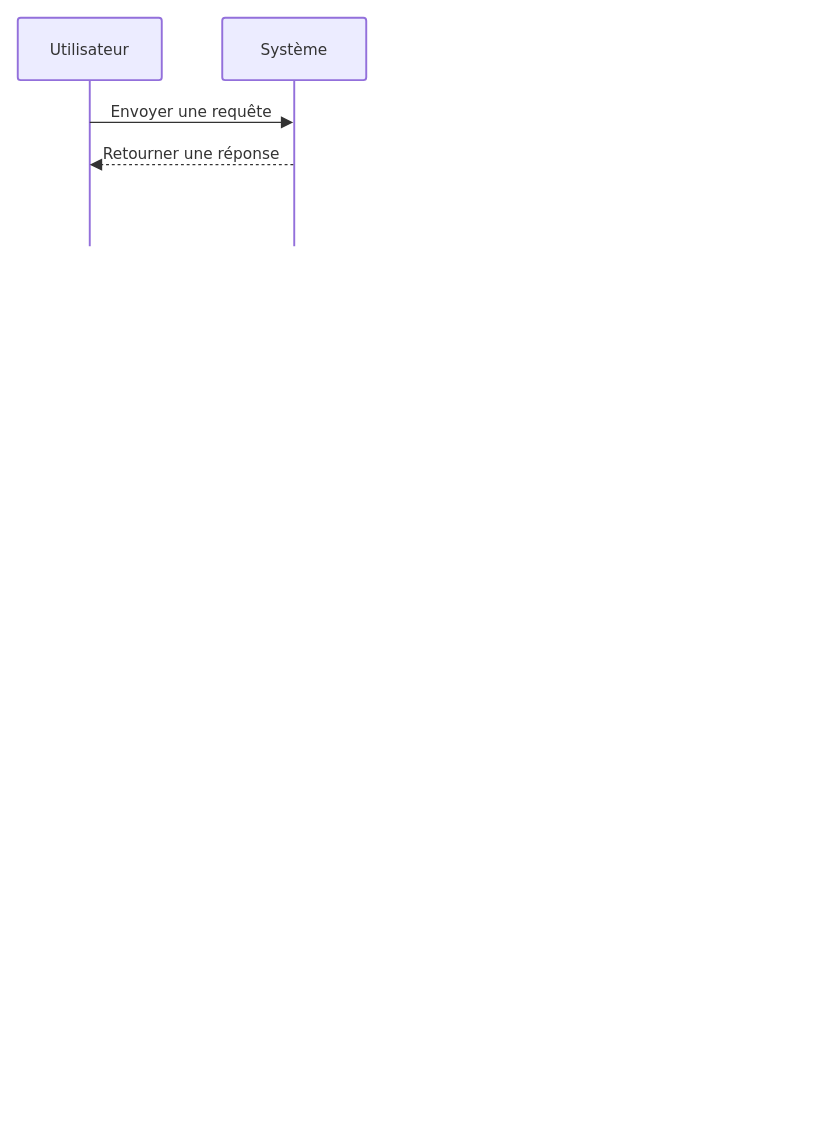
Before: pointage s2.drawio in mediounieya/RH_site, a draw.io diagram. Source tidied: cells renumbered, new cells numbered last; positions are measured from the earlier drawing's top-left corner, leaving out a move shared by most shapes. Both pictures are drawn from the tidied source at 96%, with x=0, y=0 at pixel (17, 17).
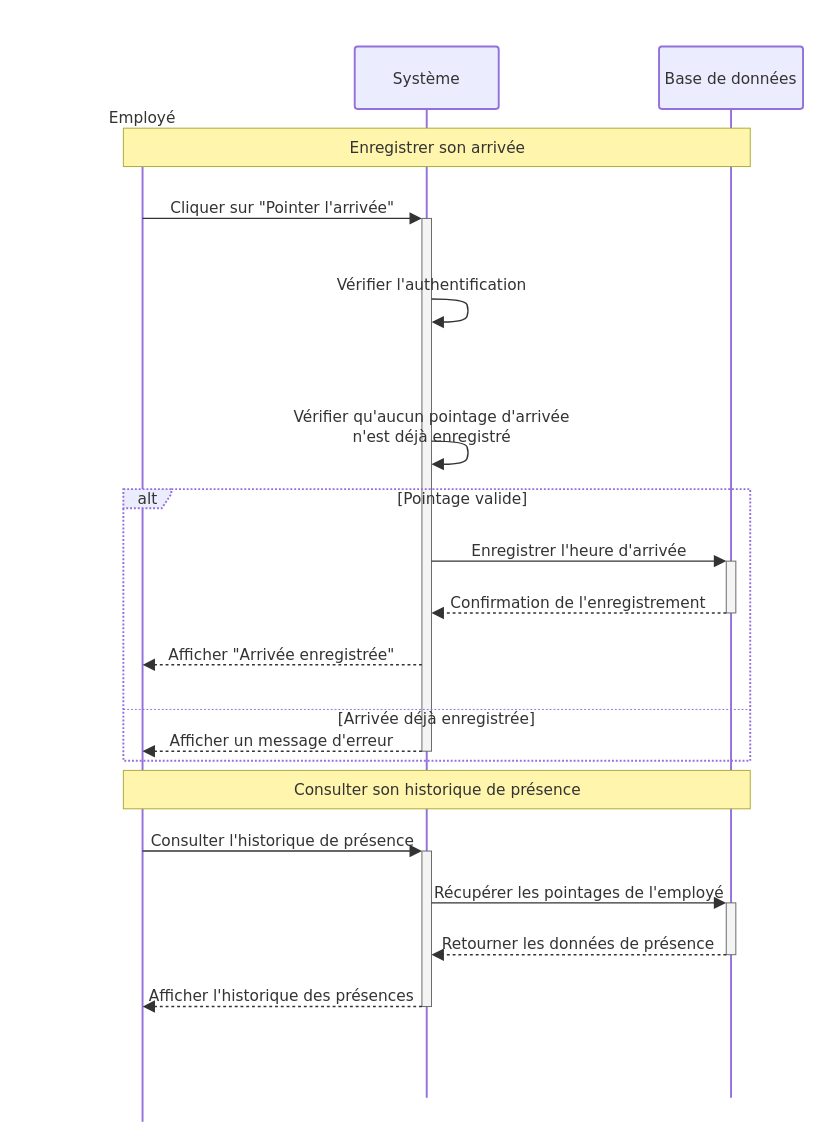
The same diagram, later.

Commit message:
Mettre à jour pointage s2.drawio

The change refers to these unchanged cells:
```xml
<mxCell id="2" style="group;transparentBounds=1;editIcon=1;lockedGroup=0;groupPadding=10;" parent="1" vertex="1">
  <mxGeometry as="geometry" />
</mxCell>
```

Change to the diagram source:
```diff
@@
-    <mxCell id="3" value="Utilisateur" style="html=1;shape=umlLifeline;perimeter=lifelinePerimeter;whiteSpace=wrap;outlineConnect=0;portConstraint=eastwest;newEdgeStyle={&quot;edgeStyle&quot;:&quot;elbowEdgeStyle&quot;,&quot;elbow&quot;:&quot;vertical&quot;,&quot;curved&quot;:0,&quot;rounded&quot;:0};lifelineDashed=0;strokeWidth=2;rounded=1;absoluteArcSize=1;arcSize=6;lifelineColor=light-dark(#9370DB,#cccccc);size=65;lifelineMirror=1;fillColor=light-dark(#ECECFF,#1f2020);strokeColor=light-dark(#9370DB,#cccccc);fontColor=light-dark(#333333,#cccccc);fontFamily=Trebuchet MS,Verdana,Arial,sans-serif;fontSize=16;" parent="2" vertex="1">
-      <mxGeometry width="150" height="238" as="geometry" />
-    </mxCell>
+    <mxCell id="7" value="Employé" style="html=1;shape=umlLifeline;perimeter=lifelinePerimeter;whiteSpace=wrap;outlineConnect=0;portConstraint=eastwest;newEdgeStyle={&quot;edgeStyle&quot;:&quot;elbowEdgeStyle&quot;,&quot;elbow&quot;:&quot;vertical&quot;,&quot;curved&quot;:0,&quot;rounded&quot;:0};lifelineDashed=0;strokeWidth=2;rounded=1;absoluteArcSize=1;arcSize=6;lifelineColor=light-dark(#9370DB,#cccccc);participant=seqActorStick;verticalAlign=bottom;align=center;spacingBottom=4;size=90;lifelineMirror=1;fillColor=light-dark(#ECECFF,#1f2020);strokeColor=light-dark(#9370DB,#cccccc);fontColor=light-dark(#333333,#cccccc);fontFamily=Trebuchet MS,Verdana,Arial,sans-serif;fontSize=16;" parent="2" vertex="1">
+      <mxGeometry x="55" y="30" width="150" height="1120" as="geometry" />
+    </mxCell>
     <mxCell id="4" value="Système" style="html=1;shape=umlLifeline;perimeter=lifelinePerimeter;whiteSpace=wrap;outlineConnect=0;portConstraint=eastwest;newEdgeStyle={&quot;edgeStyle&quot;:&quot;elbowEdgeStyle&quot;,&quot;elbow&quot;:&quot;vertical&quot;,&quot;curved&quot;:0,&quot;rounded&quot;:0};lifelineDashed=0;strokeWidth=2;rounded=1;absoluteArcSize=1;arcSize=6;lifelineColor=light-dark(#9370DB,#cccccc);size=65;lifelineMirror=1;fillColor=light-dark(#ECECFF,#1f2020);strokeColor=light-dark(#9370DB,#cccccc);fontColor=light-dark(#333333,#cccccc);fontFamily=Trebuchet MS,Verdana,Arial,sans-serif;fontSize=16;" parent="2" vertex="1">
-      <mxGeometry x="213" width="150" height="238" as="geometry" />
+      <mxGeometry x="351" y="30" width="150" height="1095" as="geometry" />
     </mxCell>
-    <mxCell id="5" value="Envoyer une requête" style="endArrow=block;endSize=9;verticalAlign=bottom;edgeStyle=elbowEdgeStyle;elbow=vertical;curved=0;rounded=0;fontSize=16;labelBackgroundColor=none;strokeWidth=1.5;strokeColor=light-dark(#333333,#cccccc);fontColor=light-dark(#333333,#cccccc);fontFamily=Trebuchet MS,Verdana,Arial,sans-serif;" parent="2" edge="1" source="3" target="4">
-      <mxGeometry relative="1" as="geometry">
-        <Array as="points">
-          <mxPoint x="182" y="109" />
-        </Array>
-      </mxGeometry>
-    </mxCell>
-    <mxCell id="6" value="Retourner une réponse" style="dashed=1;fixDash=1;dashPattern=3 3;endArrow=block;endSize=9;verticalAlign=bottom;edgeStyle=elbowEdgeStyle;elbow=vertical;curved=0;rounded=0;fontSize=16;labelBackgroundColor=none;strokeWidth=1.5;strokeColor=light-dark(#333333,#cccccc);fontColor=light-dark(#333333,#cccccc);fontFamily=Trebuchet MS,Verdana,Arial,sans-serif;" parent="2" edge="1" source="4" target="3">
-      <mxGeometry relative="1" as="geometry">
-        <Array as="points">
-          <mxPoint x="182" y="153" />
-        </Array>
-      </mxGeometry>
-    </mxCell>
+    <mxCell id="8" style="html=1;points=[];perimeter=orthogonalPerimeter;outlineConnect=0;targetShapes=umlLifeline;portConstraint=eastwest;newEdgeStyle={&quot;edgeStyle&quot;:&quot;elbowEdgeStyle&quot;,&quot;elbow&quot;:&quot;vertical&quot;,&quot;curved&quot;:0,&quot;rounded&quot;:0};fillColor=light-dark(#f4f4f4,#2a2a2a);strokeColor=light-dark(#666666,#cccccc);fontColor=light-dark(#333333,#cccccc);fontFamily=Trebuchet MS,Verdana,Arial,sans-serif;fontSize=16;" parent="4" vertex="1">
+      <mxGeometry x="70" y="179" width="10" height="555" as="geometry" />
+    </mxCell>
+    <mxCell id="9" style="html=1;points=[];perimeter=orthogonalPerimeter;outlineConnect=0;targetShapes=umlLifeline;portConstraint=eastwest;newEdgeStyle={&quot;edgeStyle&quot;:&quot;elbowEdgeStyle&quot;,&quot;elbow&quot;:&quot;vertical&quot;,&quot;curved&quot;:0,&quot;rounded&quot;:0};fillColor=light-dark(#f4f4f4,#2a2a2a);strokeColor=light-dark(#666666,#cccccc);fontColor=light-dark(#333333,#cccccc);fontFamily=Trebuchet MS,Verdana,Arial,sans-serif;fontSize=16;" parent="4" vertex="1">
+      <mxGeometry x="70" y="838" width="10" height="162" as="geometry" />
+    </mxCell>
+    <mxCell id="10" style="edgeStyle=none;curved=1;endArrow=block;endSize=9;verticalAlign=bottom;align=center;fontSize=16;labelBackgroundColor=none;strokeWidth=1.5;strokeColor=light-dark(#333333,#cccccc);fontColor=light-dark(#333333,#cccccc);fontFamily=Trebuchet MS,Verdana,Arial,sans-serif;rounded=0;" parent="4" edge="1" source="8" target="8">
+      <mxGeometry relative="1" as="geometry">
+        <Array as="points">
+          <mxPoint x="115" y="263" />
+          <mxPoint x="119" y="275" />
+          <mxPoint x="115" y="287" />
+        </Array>
+      </mxGeometry>
+    </mxCell>
+    <mxCell id="11" style="edgeStyle=none;curved=1;endArrow=block;endSize=9;verticalAlign=bottom;align=center;fontSize=16;labelBackgroundColor=none;strokeWidth=1.5;strokeColor=light-dark(#333333,#cccccc);fontColor=light-dark(#333333,#cccccc);fontFamily=Trebuchet MS,Verdana,Arial,sans-serif;rounded=0;" parent="4" edge="1" source="8" target="8">
+      <mxGeometry relative="1" as="geometry">
+        <Array as="points">
+          <mxPoint x="115" y="411" />
+          <mxPoint x="119" y="423" />
+          <mxPoint x="115" y="435" />
+        </Array>
+      </mxGeometry>
+    </mxCell>
+    <mxCell id="12" value="Base de données" style="html=1;shape=umlLifeline;perimeter=lifelinePerimeter;whiteSpace=wrap;newEdgeStyle={&quot;edgeStyle&quot;:&quot;elbowEdgeStyle&quot;,&quot;elbow&quot;:&quot;vertical&quot;,&quot;curved&quot;:0,&quot;rounded&quot;:0};lifelineDashed=0;strokeWidth=2;rounded=1;absoluteArcSize=1;arcSize=6;lifelineColor=light-dark(#9370DB,#cccccc);size=65;lifelineMirror=1;fillColor=light-dark(#ECECFF,#1f2020);strokeColor=light-dark(#9370DB,#cccccc);fontColor=light-dark(#333333,#cccccc);fontFamily=Trebuchet MS,Verdana,Arial,sans-serif;fontSize=16;" parent="2" vertex="1">
+      <mxGeometry x="668" y="30" width="150" height="1095" as="geometry" />
+    </mxCell>
+    <mxCell id="13" style="html=1;points=[];perimeter=orthogonalPerimeter;outlineConnect=0;targetShapes=umlLifeline;portConstraint=eastwest;newEdgeStyle={&quot;edgeStyle&quot;:&quot;elbowEdgeStyle&quot;,&quot;elbow&quot;:&quot;vertical&quot;,&quot;curved&quot;:0,&quot;rounded&quot;:0};fillColor=light-dark(#f4f4f4,#2a2a2a);strokeColor=light-dark(#666666,#cccccc);fontColor=light-dark(#333333,#cccccc);fontFamily=Trebuchet MS,Verdana,Arial,sans-serif;fontSize=16;" parent="12" vertex="1">
+      <mxGeometry x="70" y="536" width="10" height="54" as="geometry" />
+    </mxCell>
+    <mxCell id="14" style="html=1;points=[];perimeter=orthogonalPerimeter;outlineConnect=0;targetShapes=umlLifeline;portConstraint=eastwest;newEdgeStyle={&quot;edgeStyle&quot;:&quot;elbowEdgeStyle&quot;,&quot;elbow&quot;:&quot;vertical&quot;,&quot;curved&quot;:0,&quot;rounded&quot;:0};fillColor=light-dark(#f4f4f4,#2a2a2a);strokeColor=light-dark(#666666,#cccccc);fontColor=light-dark(#333333,#cccccc);fontFamily=Trebuchet MS,Verdana,Arial,sans-serif;fontSize=16;" parent="12" vertex="1">
+      <mxGeometry x="70" y="892" width="10" height="54" as="geometry" />
+    </mxCell>
+    <mxCell id="15" value="alt" style="html=1;shape=umlFrame;dashed=1;fixDash=1;dashPattern=2 2;strokeWidth=2;fillColor=light-dark(#ECECFF,#1f2020);strokeColor=light-dark(#9370DB,#cccccc);fontSize=16;align=center;verticalAlign=middle;fontFamily=Trebuchet MS,Verdana,Arial,sans-serif;fontColor=light-dark(#333333,#cccccc);height=20;width=50;" parent="2" vertex="1">
+      <mxGeometry x="110" y="491" width="653" height="283" as="geometry" />
+    </mxCell>
+    <mxCell id="16" value="[Pointage valide]" style="text;strokeColor=none;fillColor=none;align=center;verticalAlign=middle;whiteSpace=wrap;fontSize=16;fontFamily=Trebuchet MS,Verdana,Arial,sans-serif;fontColor=light-dark(#333333,#cccccc);" parent="15" vertex="1">
+      <mxGeometry x="54" y="2" width="599" height="16" as="geometry" />
+    </mxCell>
+    <mxCell id="17" style="shape=line;dashed=1;fixDash=1;dashPattern=2 2;strokeColor=light-dark(#9370DB,#cccccc);" parent="15" vertex="1">
+      <mxGeometry y="229" width="653" height="1" as="geometry" />
+    </mxCell>
+    <mxCell id="18" value="[Arrivée déjà enregistrée]" style="text;strokeColor=none;fillColor=none;align=center;verticalAlign=middle;whiteSpace=wrap;fontSize=16;fontFamily=Trebuchet MS,Verdana,Arial,sans-serif;fontColor=light-dark(#333333,#cccccc);" parent="15" vertex="1">
+      <mxGeometry y="231" width="653" height="16" as="geometry" />
+    </mxCell>
+    <mxCell id="19" value="Cliquer sur &quot;Pointer l'arrivée&quot;" style="endArrow=block;endSize=9;verticalAlign=bottom;edgeStyle=elbowEdgeStyle;elbow=vertical;curved=0;rounded=0;fontSize=16;labelBackgroundColor=none;strokeWidth=1.5;strokeColor=light-dark(#333333,#cccccc);fontColor=light-dark(#333333,#cccccc);fontFamily=Trebuchet MS,Verdana,Arial,sans-serif;" parent="2" edge="1" source="7" target="8">
+      <mxGeometry relative="1" as="geometry">
+        <Array as="points">
+          <mxPoint x="276" y="209" />
+        </Array>
+      </mxGeometry>
+    </mxCell>
+    <mxCell id="20" value="Vérifier l'authentification" style="text;html=1;strokeColor=none;fillColor=none;align=center;verticalAlign=middle;fontFamily=Trebuchet MS,Verdana,Arial,sans-serif;fontSize=16;fontColor=light-dark(#333333,#cccccc);" parent="2" vertex="1">
+      <mxGeometry x="331" y="269" width="200" height="18" as="geometry" />
+    </mxCell>
+    <mxCell id="21" value="Vérifier qu'aucun pointage d'arrivée&#10;n'est déjà enregistré" style="text;html=1;strokeColor=none;fillColor=none;align=center;verticalAlign=middle;fontFamily=Trebuchet MS,Verdana,Arial,sans-serif;fontSize=16;fontColor=light-dark(#333333,#cccccc);" parent="2" vertex="1">
+      <mxGeometry x="331" y="417" width="200" height="18" as="geometry" />
+    </mxCell>
+    <mxCell id="22" value="Enregistrer l'heure d'arrivée" style="endArrow=block;endSize=9;verticalAlign=bottom;edgeStyle=elbowEdgeStyle;elbow=vertical;curved=0;rounded=0;fontSize=16;labelBackgroundColor=none;strokeWidth=1.5;strokeColor=light-dark(#333333,#cccccc);fontColor=light-dark(#333333,#cccccc);fontFamily=Trebuchet MS,Verdana,Arial,sans-serif;" parent="2" edge="1" source="8" target="13">
+      <mxGeometry relative="1" as="geometry">
+        <Array as="points">
+          <mxPoint x="585" y="566" />
+        </Array>
+      </mxGeometry>
+    </mxCell>
+    <mxCell id="23" value="Confirmation de l'enregistrement" style="dashed=1;fixDash=1;dashPattern=3 3;endArrow=block;endSize=9;verticalAlign=bottom;edgeStyle=elbowEdgeStyle;elbow=vertical;curved=0;rounded=0;fontSize=16;labelBackgroundColor=none;strokeWidth=1.5;strokeColor=light-dark(#333333,#cccccc);fontColor=light-dark(#333333,#cccccc);fontFamily=Trebuchet MS,Verdana,Arial,sans-serif;" parent="2" edge="1" source="13" target="8">
+      <mxGeometry relative="1" as="geometry">
+        <Array as="points">
+          <mxPoint x="585" y="620" />
+        </Array>
+      </mxGeometry>
+    </mxCell>
+    <mxCell id="24" value="Afficher &quot;Arrivée enregistrée&quot;" style="dashed=1;fixDash=1;dashPattern=3 3;endArrow=block;endSize=9;verticalAlign=bottom;edgeStyle=elbowEdgeStyle;elbow=vertical;curved=0;rounded=0;fontSize=16;labelBackgroundColor=none;strokeWidth=1.5;strokeColor=light-dark(#333333,#cccccc);fontColor=light-dark(#333333,#cccccc);fontFamily=Trebuchet MS,Verdana,Arial,sans-serif;" parent="2" edge="1" source="8" target="7">
+      <mxGeometry relative="1" as="geometry">
+        <Array as="points">
+          <mxPoint x="276" y="674" />
+        </Array>
+      </mxGeometry>
+    </mxCell>
+    <mxCell id="25" value="Afficher un message d'erreur" style="dashed=1;fixDash=1;dashPattern=3 3;endArrow=block;endSize=9;verticalAlign=bottom;edgeStyle=elbowEdgeStyle;elbow=vertical;curved=0;rounded=0;fontSize=16;labelBackgroundColor=none;strokeWidth=1.5;strokeColor=light-dark(#333333,#cccccc);fontColor=light-dark(#333333,#cccccc);fontFamily=Trebuchet MS,Verdana,Arial,sans-serif;" parent="2" edge="1" source="8" target="7">
+      <mxGeometry relative="1" as="geometry">
+        <Array as="points">
+          <mxPoint x="276" y="764" />
+        </Array>
+      </mxGeometry>
+    </mxCell>
+    <mxCell id="26" value="Consulter l'historique de présence" style="endArrow=block;endSize=9;verticalAlign=bottom;edgeStyle=elbowEdgeStyle;elbow=vertical;curved=0;rounded=0;fontSize=16;labelBackgroundColor=none;strokeWidth=1.5;strokeColor=light-dark(#333333,#cccccc);fontColor=light-dark(#333333,#cccccc);fontFamily=Trebuchet MS,Verdana,Arial,sans-serif;" parent="2" edge="1" source="7" target="9">
+      <mxGeometry relative="1" as="geometry">
+        <Array as="points">
+          <mxPoint x="276" y="868" />
+        </Array>
+      </mxGeometry>
+    </mxCell>
+    <mxCell id="27" value="Récupérer les pointages de l'employé" style="endArrow=block;endSize=9;verticalAlign=bottom;edgeStyle=elbowEdgeStyle;elbow=vertical;curved=0;rounded=0;fontSize=16;labelBackgroundColor=none;strokeWidth=1.5;strokeColor=light-dark(#333333,#cccccc);fontColor=light-dark(#333333,#cccccc);fontFamily=Trebuchet MS,Verdana,Arial,sans-serif;" parent="2" edge="1" source="9" target="14">
+      <mxGeometry relative="1" as="geometry">
+        <Array as="points">
+          <mxPoint x="585" y="922" />
+        </Array>
+      </mxGeometry>
+    </mxCell>
+    <mxCell id="28" value="Retourner les données de présence" style="dashed=1;fixDash=1;dashPattern=3 3;endArrow=block;endSize=9;verticalAlign=bottom;edgeStyle=elbowEdgeStyle;elbow=vertical;curved=0;rounded=0;fontSize=16;labelBackgroundColor=none;strokeWidth=1.5;strokeColor=light-dark(#333333,#cccccc);fontColor=light-dark(#333333,#cccccc);fontFamily=Trebuchet MS,Verdana,Arial,sans-serif;" parent="2" edge="1" source="14" target="9">
+      <mxGeometry relative="1" as="geometry">
+        <Array as="points">
+          <mxPoint x="585" y="976" />
+        </Array>
+      </mxGeometry>
+    </mxCell>
+    <mxCell id="29" value="Afficher l'historique des présences" style="dashed=1;fixDash=1;dashPattern=3 3;endArrow=block;endSize=9;verticalAlign=bottom;edgeStyle=elbowEdgeStyle;elbow=vertical;curved=0;rounded=0;fontSize=16;labelBackgroundColor=none;strokeWidth=1.5;strokeColor=light-dark(#333333,#cccccc);fontColor=light-dark(#333333,#cccccc);fontFamily=Trebuchet MS,Verdana,Arial,sans-serif;" parent="2" edge="1" source="9" target="7">
+      <mxGeometry relative="1" as="geometry">
+        <Array as="points">
+          <mxPoint x="276" y="1030" />
+        </Array>
+      </mxGeometry>
+    </mxCell>
+    <mxCell id="30" value="Enregistrer son arrivée" style="html=1;fillColor=light-dark(#fff5ad,#2a2a2a);strokeColor=light-dark(#aaaa33,#cccccc);fontColor=light-dark(#333333,#cccccc);fontFamily=Trebuchet MS,Verdana,Arial,sans-serif;fontSize=16;" parent="2" vertex="1">
+      <mxGeometry x="110" y="115" width="653" height="40" as="geometry" />
+    </mxCell>
+    <mxCell id="31" value="Consulter son historique de présence" style="html=1;fillColor=light-dark(#fff5ad,#2a2a2a);strokeColor=light-dark(#aaaa33,#cccccc);fontColor=light-dark(#333333,#cccccc);fontFamily=Trebuchet MS,Verdana,Arial,sans-serif;fontSize=16;" parent="2" vertex="1">
+      <mxGeometry x="110" y="784" width="653" height="40" as="geometry" />
+    </mxCell>
```
